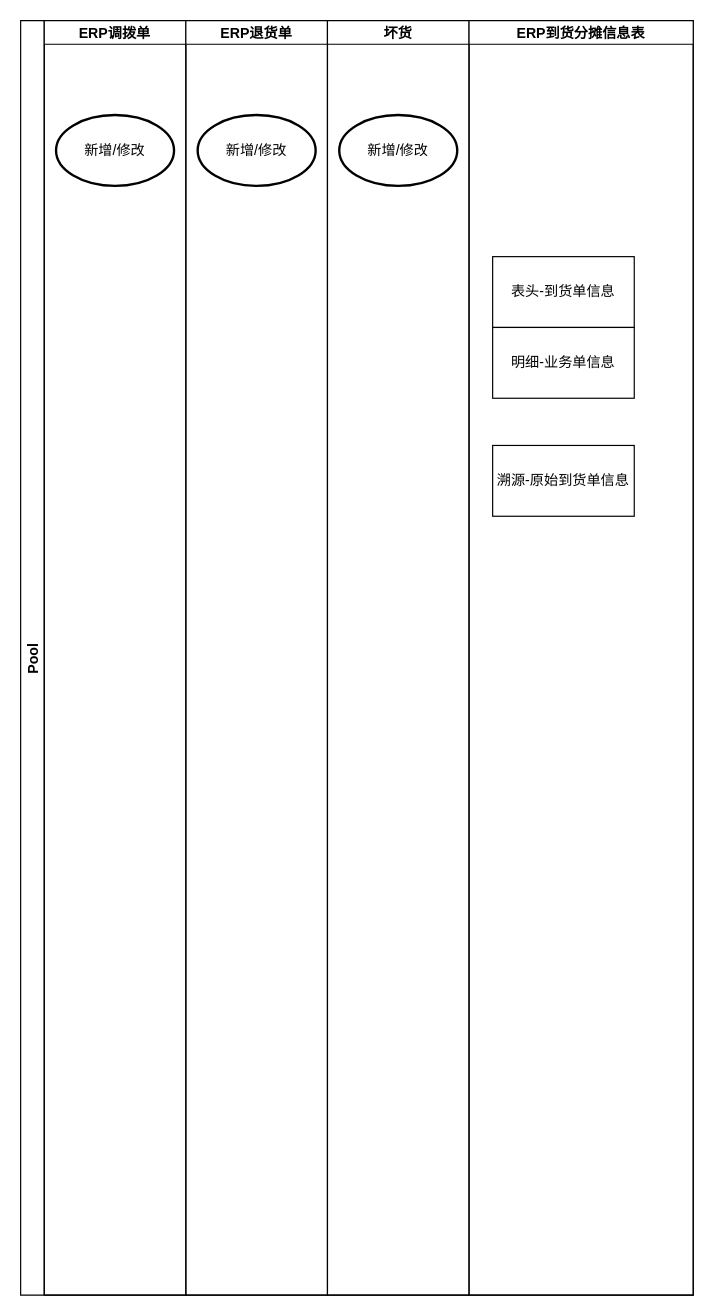
Before: 退货坏货调拨控制到货数量.drawio in fengj1202/draw, a draw.io diagram. Source tidied: cells renumbered, new cells numbered last; positions are measured from the earlier drawing's top-left corner, leaving out a move shared by most shapes. Both pictures are drawn from the tidied source at 118%, with x=0, y=0 at pixel (20, 20).
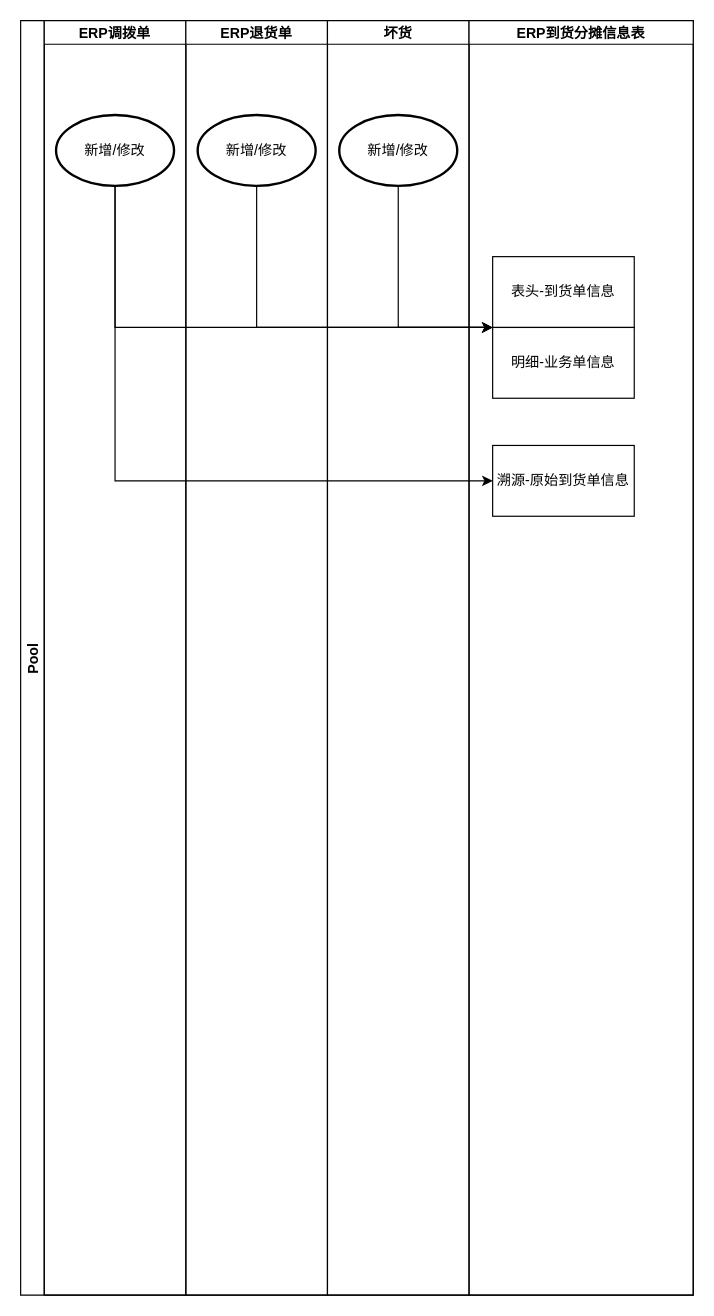
Above is the later version.

Commit message (it also covers changes not shown here):
更新退货坏货调拨控制到货数量.drawio

The change refers to these unchanged cells:
```xml
<mxCell id="2" value="Pool" style="swimlane;startSize=20;horizontal=0;" parent="1" vertex="1">
  <mxGeometry width="570" height="1080" as="geometry" />
</mxCell>
<mxCell id="4" value="新增/修改" style="strokeWidth=2;html=1;shape=mxgraph.flowchart.start_1;whiteSpace=wrap;" parent="3" vertex="1">
  <mxGeometry x="10" y="80" width="100" height="60" as="geometry" />
</mxCell>
<mxCell id="6" value="新增/修改" style="strokeWidth=2;html=1;shape=mxgraph.flowchart.start_1;whiteSpace=wrap;" parent="5" vertex="1">
  <mxGeometry x="10" y="80" width="100" height="60" as="geometry" />
</mxCell>
<mxCell id="8" value="新增/修改" style="strokeWidth=2;html=1;shape=mxgraph.flowchart.start_1;whiteSpace=wrap;" parent="7" vertex="1">
  <mxGeometry x="10" y="80" width="100" height="60" as="geometry" />
</mxCell>
<mxCell id="11" value="明细-业务单信息" style="whiteSpace=wrap;html=1;align=center;newEdgeStyle={&quot;edgeStyle&quot;:&quot;elbowEdgeStyle&quot;,&quot;startArrow&quot;:&quot;none&quot;,&quot;endArrow&quot;:&quot;none&quot;};" parent="9" vertex="1">
  <mxGeometry x="20" y="260" width="120" height="60" as="geometry" />
</mxCell>
<mxCell id="12" value="溯源-原始到货单信息" style="whiteSpace=wrap;html=1;align=center;newEdgeStyle={&quot;edgeStyle&quot;:&quot;elbowEdgeStyle&quot;,&quot;startArrow&quot;:&quot;none&quot;,&quot;endArrow&quot;:&quot;none&quot;};" parent="9" vertex="1">
  <mxGeometry x="20" y="360" width="120" height="60" as="geometry" />
</mxCell>
```

Diff of the diagram source:
```diff
@@
+    <mxCell id="13" style="edgeStyle=orthogonalEdgeStyle;rounded=0;jettySize=auto;html=1;exitX=0.5;exitY=1;exitDx=0;exitDy=0;exitPerimeter=0;entryX=0;entryY=0;entryDx=0;entryDy=0;" parent="2" edge="1" source="8" target="11">
+      <mxGeometry relative="1" as="geometry">
+        <Array as="points">
+          <mxPoint x="320" y="260" />
+        </Array>
+      </mxGeometry>
+    </mxCell>
+    <mxCell id="14" style="edgeStyle=orthogonalEdgeStyle;rounded=0;jettySize=auto;html=1;exitX=0.5;exitY=1;exitDx=0;exitDy=0;exitPerimeter=0;entryX=0;entryY=0;entryDx=0;entryDy=0;" parent="2" edge="1" source="6" target="11">
+      <mxGeometry relative="1" as="geometry">
+        <Array as="points">
+          <mxPoint x="200" y="260" />
+        </Array>
+      </mxGeometry>
+    </mxCell>
+    <mxCell id="15" style="edgeStyle=orthogonalEdgeStyle;rounded=0;jettySize=auto;html=1;exitX=0.5;exitY=1;exitDx=0;exitDy=0;exitPerimeter=0;entryX=0;entryY=0;entryDx=0;entryDy=0;" parent="2" edge="1" source="4" target="11">
+      <mxGeometry relative="1" as="geometry">
+        <Array as="points">
+          <mxPoint x="80" y="260" />
+        </Array>
+      </mxGeometry>
+    </mxCell>
+    <mxCell id="16" style="edgeStyle=orthogonalEdgeStyle;rounded=0;jettySize=auto;html=1;exitX=0.5;exitY=1;exitDx=0;exitDy=0;exitPerimeter=0;entryX=0;entryY=0.5;entryDx=0;entryDy=0;" parent="2" edge="1" source="4" target="12">
+      <mxGeometry relative="1" as="geometry" />
+    </mxCell>
```
